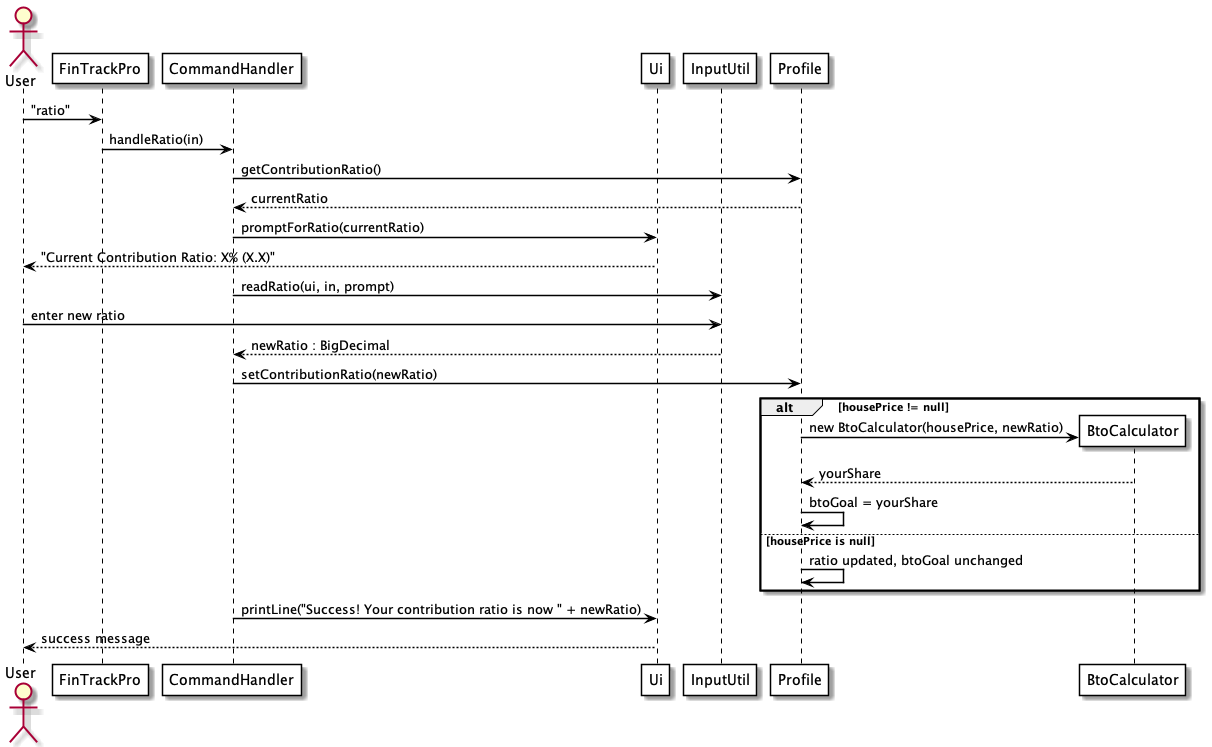
The PlantUML diagram docs/diagram/ProfileRatio-SequenceDiagram.png in nicholaslauhy/tp, before a commit.
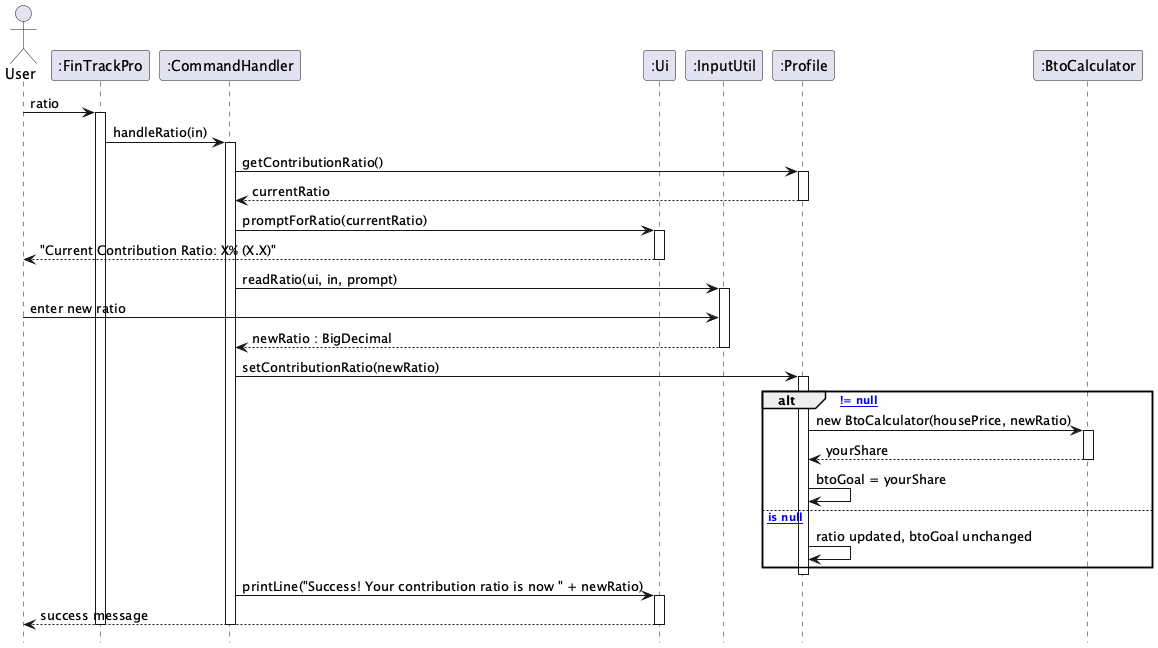
The same diagram one commit later.

The edit, as a diff of the source:
```diff
@@ -1,43 +1,56 @@
-@startuml ProfileRatio-SequenceDiagram
+@startuml
+hide footbox
+actor User
+participant ":FinTrackPro" as FinTrackPro
+participant ":CommandHandler" as CommandHandler
+participant ":Ui" as Ui
+participant ":InputUtil" as InputUtil
+participant ":Profile" as Profile
+participant ":BtoCalculator" as BtoCalculator
 
-skinparam sequenceArrowThickness 1.5
-skinparam sequenceParticipantBorderColor Black
-skinparam sequenceParticipantBackgroundColor White
-skinparam sequenceLifeLineBorderColor Black
-skinparam sequenceArrowColor Black
+User -> FinTrackPro : ratio
+activate FinTrackPro
 
-actor User
-participant FinTrackPro
-participant CommandHandler
-participant Ui
-participant InputUtil
-participant Profile
-participant BtoCalculator
-
-User -> FinTrackPro : "ratio"
 FinTrackPro -> CommandHandler : handleRatio(in)
+activate CommandHandler
 
 CommandHandler -> Profile : getContributionRatio()
+activate Profile
 Profile --> CommandHandler : currentRatio
+deactivate Profile
 
 CommandHandler -> Ui : promptForRatio(currentRatio)
+activate Ui
 Ui --> User : "Current Contribution Ratio: X% (X.X)"
+deactivate Ui
 
 CommandHandler -> InputUtil : readRatio(ui, in, prompt)
+activate InputUtil
 User -> InputUtil : enter new ratio
 InputUtil --> CommandHandler : newRatio : BigDecimal
+deactivate InputUtil
 
 CommandHandler -> Profile : setContributionRatio(newRatio)
-alt housePrice != null
-    create BtoCalculator
+activate Profile
+
+alt [housePrice != null]
     Profile -> BtoCalculator : new BtoCalculator(housePrice, newRatio)
+    activate BtoCalculator
     BtoCalculator --> Profile : yourShare
+    deactivate BtoCalculator
     Profile -> Profile : btoGoal = yourShare
-else housePrice is null
+else [housePrice is null]
     Profile -> Profile : ratio updated, btoGoal unchanged
 end
 
+deactivate Profile
+
 CommandHandler -> Ui : printLine("Success! Your contribution ratio is now " + newRatio)
+activate Ui
 Ui --> User : success message
+deactivate Ui
+
+deactivate CommandHandler
+deactivate FinTrackPro
 
 @enduml
```
